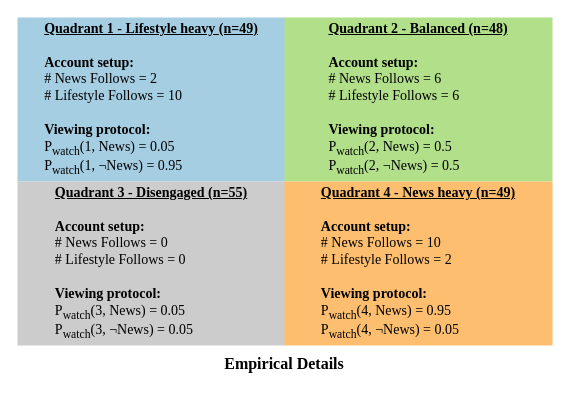
Above: square_quads.drawio in changgge/changgge (draw.io), before the change. Source tidied: cells renumbered, new cells numbered last; positions are measured from the earlier drawing's top-left corner, leaving out a move shared by most shapes. Both pictures are drawn from the tidied source at 100%, with x=0, y=0 at pixel (17, 17).
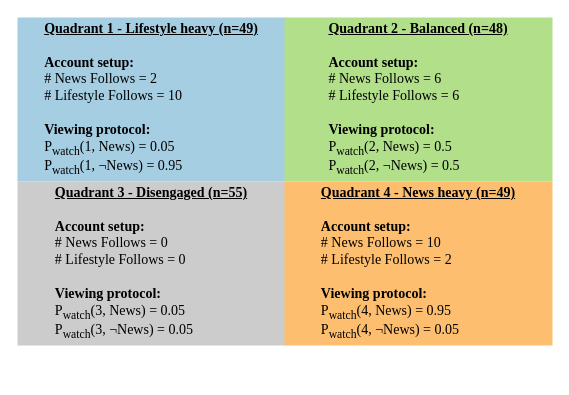
The same diagram, later.

The edit, as a diff of the source:
```diff
@@
 <mxGraphModel>
   <root>
     <mxCell id="0" />
     <mxCell id="1" parent="0" />
     <mxCell id="2" value="&lt;u&gt;&lt;b&gt;Quadrant 1 - Lifestyle heavy&amp;nbsp;&lt;/b&gt;&lt;/u&gt;&lt;u&gt;&lt;b&gt;(n=49)&lt;/b&gt;&lt;/u&gt;&lt;div&gt;&lt;div&gt;&lt;u&gt;&lt;br&gt;&lt;/u&gt;&lt;/div&gt;&lt;div&gt;&lt;div style=&quot;text-align: left;&quot;&gt;&lt;b&gt;Account setup:&lt;/b&gt;&lt;/div&gt;&lt;div style=&quot;text-align: left;&quot;&gt;# News Follows = 2&lt;/div&gt;&lt;div&gt;&lt;div style=&quot;text-align: left;&quot;&gt;# Lifestyle Follows = 10&lt;/div&gt;&lt;div style=&quot;text-align: left;&quot;&gt;&lt;br&gt;&lt;/div&gt;&lt;div style=&quot;text-align: left;&quot;&gt;&lt;b&gt;Viewing protocol:&lt;/b&gt;&lt;/div&gt;&lt;div style=&quot;text-align: left;&quot;&gt;P&lt;sub&gt;watch&lt;/sub&gt;(1, News) = 0.05&lt;br&gt;&lt;/div&gt;&lt;/div&gt;&lt;div style=&quot;text-align: left;&quot;&gt;P&lt;sub&gt;watch&lt;/sub&gt;(1,&amp;nbsp;&lt;span&gt;¬&lt;/span&gt;News) = 0.95&lt;/div&gt;&lt;/div&gt;&lt;/div&gt;" style="rounded=0;whiteSpace=wrap;html=1;fillColor=#A6CEE3;strokeColor=none;fontColor=#000000;fontFamily=Times New Roman;fontSize=14;" parent="1" vertex="1">
       <mxGeometry width="268" height="164" as="geometry" />
     </mxCell>
     <mxCell id="3" value="&lt;u style=&quot;caret-color: rgb(247, 247, 247);&quot;&gt;&lt;b&gt;Quadrant 2 - Balanced (n=48)&lt;/b&gt;&lt;/u&gt;&lt;div style=&quot;caret-color: rgb(247, 247, 247);&quot;&gt;&lt;u&gt;&lt;br&gt;&lt;/u&gt;&lt;/div&gt;&lt;div style=&quot;caret-color: rgb(247, 247, 247);&quot;&gt;&lt;div style=&quot;text-align: left;&quot;&gt;&lt;b&gt;Account setup:&lt;/b&gt;&lt;/div&gt;&lt;div style=&quot;text-align: left;&quot;&gt;&lt;span&gt;# News Follows = 6&lt;/span&gt;&lt;/div&gt;&lt;div&gt;&lt;div style=&quot;text-align: left;&quot;&gt;&lt;span&gt;# Lifestyle Follows = 6&amp;nbsp;&lt;/span&gt;&lt;/div&gt;&lt;div style=&quot;text-align: left;&quot;&gt;&lt;span&gt;&lt;br&gt;&lt;/span&gt;&lt;/div&gt;&lt;div style=&quot;text-align: left;&quot;&gt;&lt;b&gt;Viewing protocol:&lt;/b&gt;&lt;/div&gt;&lt;div style=&quot;text-align: left;&quot;&gt;&lt;span style=&quot;caret-color: rgb(247, 247, 247);&quot;&gt;P&lt;/span&gt;&lt;sub style=&quot;caret-color: rgb(247, 247, 247);&quot;&gt;watch&lt;/sub&gt;(2, News) =&amp;nbsp;0.5&lt;br&gt;&lt;/div&gt;&lt;/div&gt;&lt;div style=&quot;text-align: left;&quot;&gt;&lt;span style=&quot;caret-color: rgb(247, 247, 247);&quot;&gt;P&lt;/span&gt;&lt;sub style=&quot;caret-color: rgb(247, 247, 247);&quot;&gt;watch&lt;/sub&gt;&lt;span&gt;(2,&amp;nbsp;¬News) = 0.5&lt;/span&gt;&lt;/div&gt;&lt;/div&gt;" style="rounded=0;whiteSpace=wrap;html=1;fillColor=#B2DF8A;strokeColor=none;fontColor=#000000;fontFamily=Times New Roman;fontSize=14;" parent="1" vertex="1">
       <mxGeometry x="267" width="268" height="164" as="geometry" />
     </mxCell>
     <mxCell id="4" value="&lt;u style=&quot;caret-color: rgb(247, 247, 247);&quot;&gt;&lt;b&gt;Quadrant 3 - Disengaged (n=55)&lt;/b&gt;&lt;/u&gt;&lt;div style=&quot;caret-color: rgb(247, 247, 247);&quot;&gt;&lt;u&gt;&lt;br&gt;&lt;/u&gt;&lt;/div&gt;&lt;div style=&quot;caret-color: rgb(247, 247, 247);&quot;&gt;&lt;div style=&quot;text-align: left;&quot;&gt;&lt;b&gt;Account setup:&lt;/b&gt;&lt;/div&gt;&lt;div style=&quot;text-align: left;&quot;&gt;# News Follows = 0&lt;/div&gt;&lt;div&gt;&lt;div style=&quot;text-align: left;&quot;&gt;# Lifestyle Follows = 0&lt;/div&gt;&lt;div style=&quot;text-align: left;&quot;&gt;&lt;br&gt;&lt;/div&gt;&lt;div style=&quot;text-align: left;&quot;&gt;&lt;b&gt;Viewing protocol:&lt;/b&gt;&lt;/div&gt;&lt;div style=&quot;text-align: left;&quot;&gt;&lt;span style=&quot;caret-color: rgb(247, 247, 247);&quot;&gt;P&lt;/span&gt;&lt;sub style=&quot;caret-color: rgb(247, 247, 247);&quot;&gt;watch&lt;/sub&gt;(3, News) = 0.05&lt;br&gt;&lt;/div&gt;&lt;/div&gt;&lt;div style=&quot;text-align: left;&quot;&gt;&lt;span style=&quot;caret-color: rgb(247, 247, 247);&quot;&gt;P&lt;/span&gt;&lt;sub style=&quot;caret-color: rgb(247, 247, 247);&quot;&gt;watch&lt;/sub&gt;(3,&amp;nbsp;¬News) = 0.05&lt;/div&gt;&lt;/div&gt;" style="rounded=0;whiteSpace=wrap;html=1;fillColor=#CCCCCC;strokeColor=none;fontColor=#000000;fontFamily=Times New Roman;fontSize=14;" parent="1" vertex="1">
       <mxGeometry y="164" width="268" height="164" as="geometry" />
     </mxCell>
     <mxCell id="5" value="&lt;u&gt;&lt;b&gt;Quadrant 4 - News heavy (n=49)&lt;/b&gt;&lt;/u&gt;&lt;div&gt;&lt;u&gt;&lt;br&gt;&lt;/u&gt;&lt;/div&gt;&lt;div&gt;&lt;div style=&quot;text-align: left;&quot;&gt;&lt;b&gt;Account setup:&lt;/b&gt;&lt;/div&gt;&lt;div style=&quot;text-align: left;&quot;&gt;# News Follows = 10&lt;/div&gt;&lt;div&gt;&lt;div style=&quot;text-align: left;&quot;&gt;# Lifestyle Follows = 2&lt;/div&gt;&lt;div style=&quot;text-align: left;&quot;&gt;&lt;br&gt;&lt;/div&gt;&lt;div style=&quot;text-align: left;&quot;&gt;&lt;b&gt;Viewing protocol:&lt;/b&gt;&lt;/div&gt;&lt;div style=&quot;text-align: left;&quot;&gt;&lt;span style=&quot;caret-color: rgb(247, 247, 247);&quot;&gt;P&lt;/span&gt;&lt;sub style=&quot;caret-color: rgb(247, 247, 247);&quot;&gt;watch&lt;/sub&gt;(4, News) = 0.95&lt;br&gt;&lt;/div&gt;&lt;/div&gt;&lt;div style=&quot;text-align: left;&quot;&gt;&lt;span style=&quot;caret-color: rgb(247, 247, 247);&quot;&gt;P&lt;/span&gt;&lt;sub style=&quot;caret-color: rgb(247, 247, 247);&quot;&gt;watch&lt;/sub&gt;(4,&amp;nbsp;¬News) = 0.05&lt;/div&gt;&lt;/div&gt;" style="rounded=0;whiteSpace=wrap;html=1;fillColor=#FDBF6F;strokeColor=none;fontColor=#000000;fontFamily=Times New Roman;fontSize=14;" parent="1" vertex="1">
       <mxGeometry x="267" y="164" width="268" height="164" as="geometry" />
     </mxCell>
-    <mxCell id="6" value="Empirical Details" style="text;html=1;align=center;verticalAlign=middle;whiteSpace=wrap;rounded=0;fontFamily=Times New Roman;fontSize=16;fontStyle=1;" parent="1" vertex="1">
-      <mxGeometry x="172" y="331" width="190" height="30" as="geometry" />
-    </mxCell>
   </root>
 </mxGraphModel>
```
